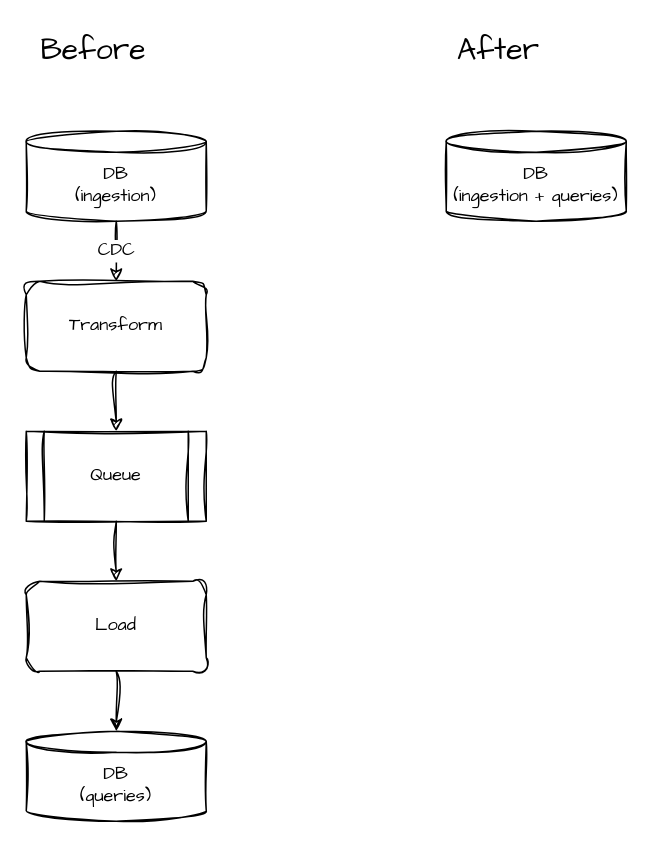
This is 002_hyper_specialized_dbs/data_fragmentation/diagram.drawio from codingconcepts/architecture-simplification, a draw.io file, before an edit. Source tidied: cells renumbered, new cells numbered last; positions are measured from the earlier drawing's top-left corner, leaving out a move shared by most shapes. Both pictures are drawn from the tidied source at 150%, with x=0, y=0 at pixel (26, 26).
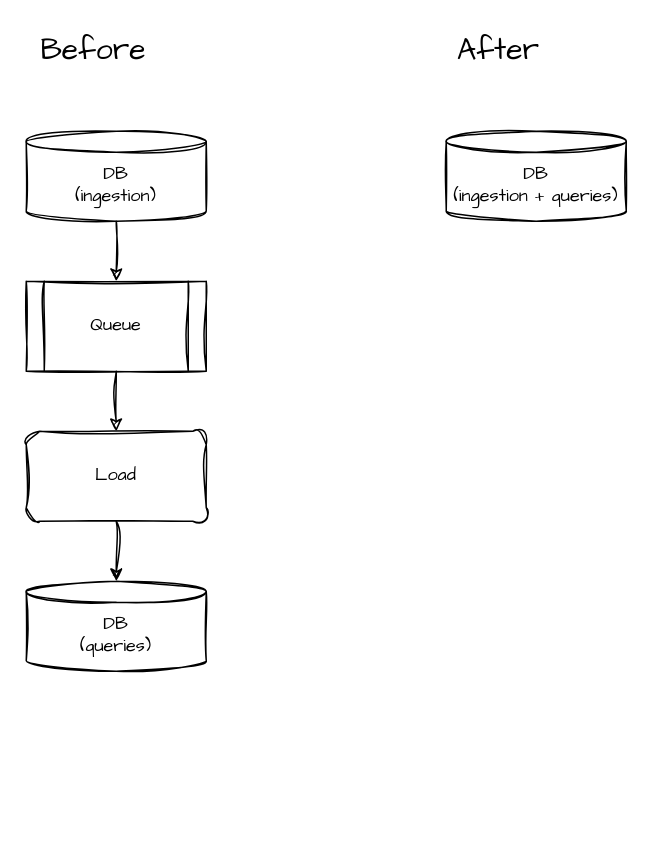
Above is the later version.

The edit, as a diff of the source:
```diff
@@
 <mxGraphModel>
   <root>
     <mxCell id="0" />
     <mxCell id="1" parent="0" />
     <mxCell id="2" value="Before" style="text;html=1;strokeColor=none;fillColor=none;align=center;verticalAlign=middle;whiteSpace=wrap;rounded=0;sketch=1;fontFamily=Architects Daughter;fontSize=20;" parent="1" vertex="1">
       <mxGeometry width="90" height="30" as="geometry" />
     </mxCell>
-    <mxCell id="3" value="CDC" style="edgeStyle=none;sketch=1;hachureGap=4;jiggle=2;curveFitting=1;html=1;fontFamily=Architects Daughter;fontSize=12;" parent="1" edge="1" source="4" target="6">
-      <mxGeometry relative="1" as="geometry" />
-    </mxCell>
+    <mxCell id="14" style="edgeStyle=none;sketch=1;hachureGap=4;jiggle=2;curveFitting=1;html=1;fontFamily=Architects Daughter;fontSize=16;" parent="1" edge="1" source="4" target="8">
+      <mxGeometry relative="1" as="geometry" />
+    </mxCell>
     <mxCell id="4" value="DB&lt;br&gt;(ingestion)" style="shape=cylinder3;whiteSpace=wrap;html=1;boundedLbl=1;backgroundOutline=1;size=7;sketch=1;fontFamily=Architects Daughter;fillColor=none;" parent="1" vertex="1">
       <mxGeometry y="70" width="120" height="60" as="geometry" />
     </mxCell>
-    <mxCell id="5" style="edgeStyle=none;sketch=1;hachureGap=4;jiggle=2;curveFitting=1;html=1;fontFamily=Architects Daughter;fontSize=12;" parent="1" edge="1" source="6" target="8">
-      <mxGeometry relative="1" as="geometry" />
+    <mxCell id="5" style="edgeStyle=none;sketch=1;hachureGap=4;jiggle=2;curveFitting=1;html=1;fontFamily=Architects Daughter;fontSize=12;" parent="1" edge="1" target="8">
+      <mxGeometry relative="1" as="geometry">
+        <mxPoint x="60" y="230" as="sourcePoint" />
+      </mxGeometry>
     </mxCell>
-    <mxCell id="6" value="Transform" style="rounded=1;whiteSpace=wrap;html=1;sketch=1;hachureGap=4;jiggle=2;curveFitting=1;fontFamily=Architects Daughter;fontSize=12;fillColor=none;" parent="1" vertex="1">
-      <mxGeometry y="170" width="120" height="60" as="geometry" />
-    </mxCell>
     <mxCell id="7" style="edgeStyle=orthogonalEdgeStyle;sketch=1;hachureGap=4;jiggle=2;curveFitting=1;html=1;entryX=0.5;entryY=0;entryDx=0;entryDy=0;fontFamily=Architects Daughter;fontSize=12;" parent="1" edge="1" source="8" target="11">
       <mxGeometry relative="1" as="geometry" />
     </mxCell>
     <mxCell id="8" value="Queue" style="shape=process;whiteSpace=wrap;html=1;backgroundOutline=1;sketch=1;hachureGap=4;jiggle=2;curveFitting=1;fontFamily=Architects Daughter;fontSize=12;fillColor=none;" parent="1" vertex="1">
-      <mxGeometry y="270" width="120" height="60" as="geometry" />
+      <mxGeometry y="170" width="120" height="60" as="geometry" />
     </mxCell>
     <mxCell id="9" value="DB&lt;br&gt;(queries)" style="shape=cylinder3;whiteSpace=wrap;html=1;boundedLbl=1;backgroundOutline=1;size=7;sketch=1;fontFamily=Architects Daughter;fillColor=none;" parent="1" vertex="1">
-      <mxGeometry y="470" width="120" height="60" as="geometry" />
+      <mxGeometry y="370" width="120" height="60" as="geometry" />
     </mxCell>
     <mxCell id="10" style="edgeStyle=orthogonalEdgeStyle;sketch=1;hachureGap=4;jiggle=2;curveFitting=1;html=1;fontFamily=Architects Daughter;fontSize=12;" parent="1" edge="1" source="11" target="9">
       <mxGeometry relative="1" as="geometry" />
     </mxCell>
     <mxCell id="11" value="Load" style="rounded=1;whiteSpace=wrap;html=1;sketch=1;hachureGap=4;jiggle=2;curveFitting=1;fontFamily=Architects Daughter;fontSize=12;fillColor=none;" parent="1" vertex="1">
-      <mxGeometry y="370" width="120" height="60" as="geometry" />
+      <mxGeometry y="270" width="120" height="60" as="geometry" />
     </mxCell>
     <mxCell id="12" value="After" style="text;html=1;strokeColor=none;fillColor=none;align=center;verticalAlign=middle;whiteSpace=wrap;rounded=0;sketch=1;fontFamily=Architects Daughter;fontSize=20;" parent="1" vertex="1">
       <mxGeometry x="280" width="70" height="30" as="geometry" />
     </mxCell>
     <mxCell id="13" value="DB&lt;br&gt;(ingestion + queries)" style="shape=cylinder3;whiteSpace=wrap;html=1;boundedLbl=1;backgroundOutline=1;size=7;sketch=1;fontFamily=Architects Daughter;fillColor=none;" parent="1" vertex="1">
       <mxGeometry x="280" y="70" width="120" height="60" as="geometry" />
     </mxCell>
   </root>
 </mxGraphModel>
```
